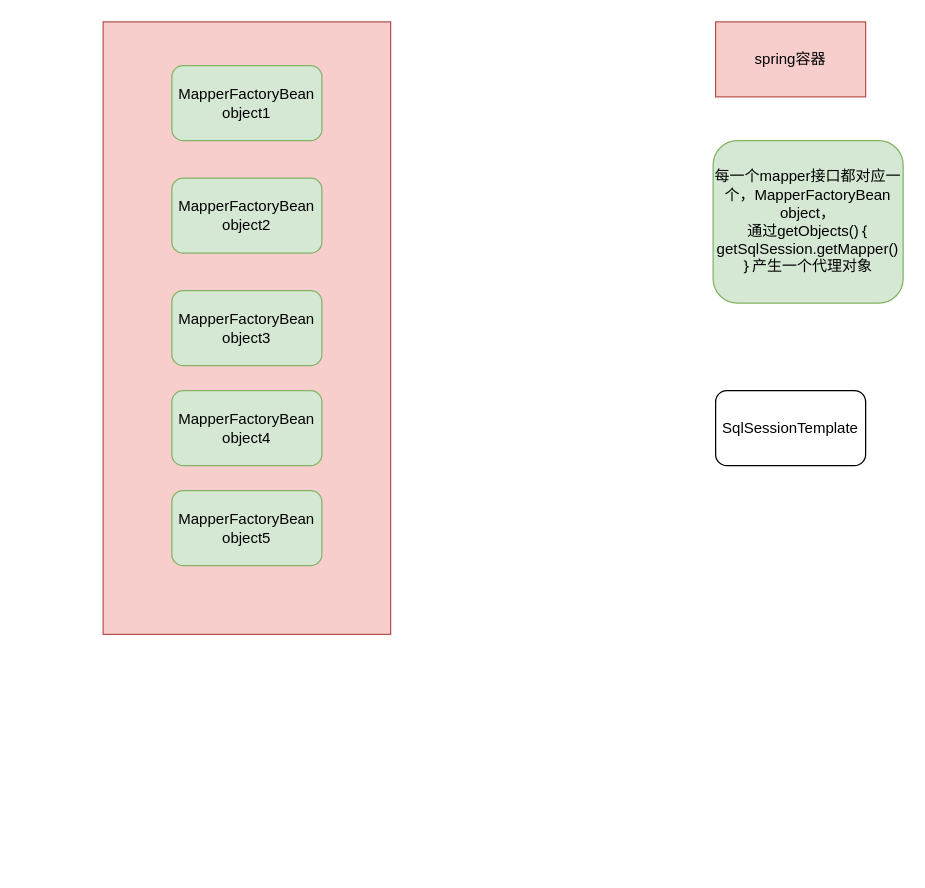
Joelovealonge/note keeps this draw.io diagram as mybatis.drawio. Above is the earlier version. Source tidied: cells renumbered, new cells numbered last; positions are measured from the earlier drawing's top-left corner, leaving out a move shared by most shapes. Both pictures are drawn from the tidied source at 125%, with x=0, y=0 at pixel (102, 21).
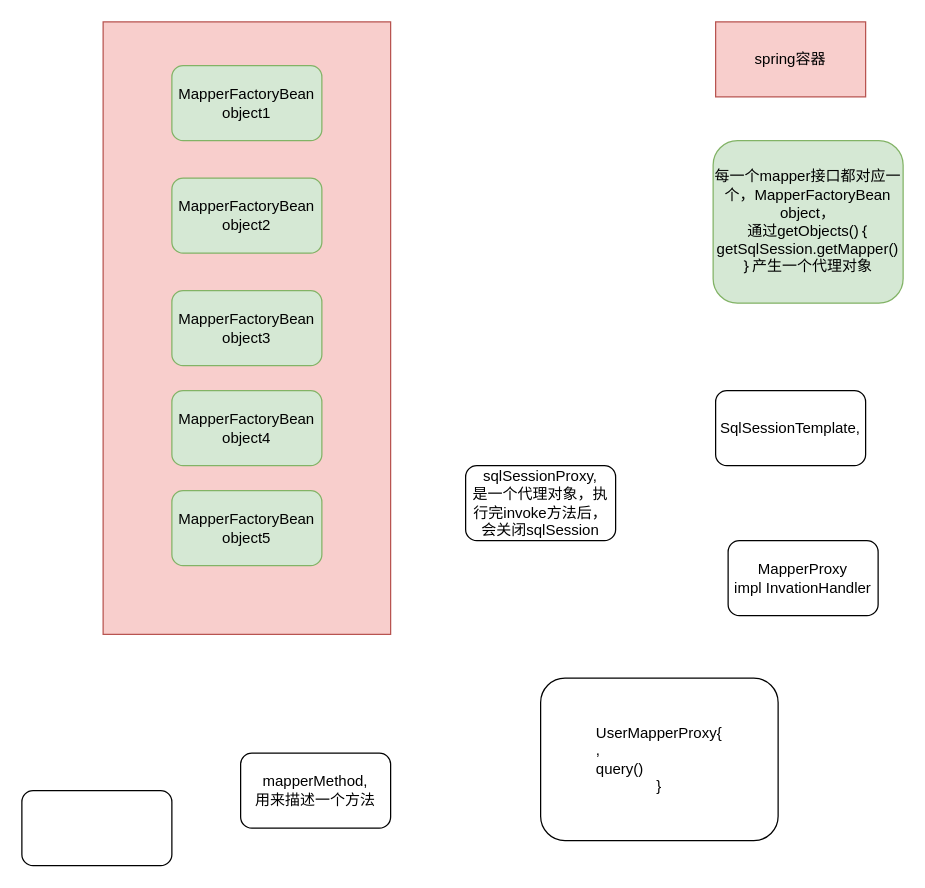
The same diagram, later.

Change to the diagram source:
```diff
@@
 <mxGraphModel>
   <root>
     <mxCell id="0" />
     <mxCell id="1" parent="0" />
     <mxCell id="2" style="rounded=0;whiteSpace=wrap;html=1;fillColor=#f8cecc;strokeColor=#b85450;" parent="1" vertex="1">
       <mxGeometry width="230" height="490" as="geometry" />
     </mxCell>
     <mxCell id="3" value="MapperFactoryBean&lt;br&gt;object1" style="rounded=1;whiteSpace=wrap;html=1;fillColor=#d5e8d4;strokeColor=#82b366;" parent="1" vertex="1">
       <mxGeometry x="55" y="35" width="120" height="60" as="geometry" />
     </mxCell>
     <mxCell id="4" value="MapperFactoryBean&lt;br&gt;object2" style="rounded=1;whiteSpace=wrap;html=1;fillColor=#d5e8d4;strokeColor=#82b366;" parent="1" vertex="1">
       <mxGeometry x="55" y="125" width="120" height="60" as="geometry" />
     </mxCell>
     <mxCell id="5" value="MapperFactoryBean&lt;br&gt;object3" style="rounded=1;whiteSpace=wrap;html=1;fillColor=#d5e8d4;strokeColor=#82b366;" parent="1" vertex="1">
       <mxGeometry x="55" y="215" width="120" height="60" as="geometry" />
     </mxCell>
     <mxCell id="6" value="MapperFactoryBean&lt;br&gt;object4" style="rounded=1;whiteSpace=wrap;html=1;fillColor=#d5e8d4;strokeColor=#82b366;" parent="1" vertex="1">
       <mxGeometry x="55" y="295" width="120" height="60" as="geometry" />
     </mxCell>
     <mxCell id="7" value="MapperFactoryBean&lt;br&gt;object5" style="rounded=1;whiteSpace=wrap;html=1;fillColor=#d5e8d4;strokeColor=#82b366;" parent="1" vertex="1">
       <mxGeometry x="55" y="375" width="120" height="60" as="geometry" />
     </mxCell>
     <mxCell id="8" value="spring容器" style="rounded=0;whiteSpace=wrap;html=1;fillColor=#f8cecc;strokeColor=#b85450;" parent="1" vertex="1">
       <mxGeometry x="490" width="120" height="60" as="geometry" />
     </mxCell>
     <mxCell id="9" value="每一个mapper接口都对应一个，MapperFactoryBean&lt;br&gt;object，&lt;br&gt;通过getObjects()｛&lt;br&gt;getSqlSession.getMapper()&lt;br&gt;｝产生一个代理对象" style="rounded=1;whiteSpace=wrap;html=1;fillColor=#d5e8d4;strokeColor=#82b366;" parent="1" vertex="1">
       <mxGeometry x="488" y="95" width="152" height="130" as="geometry" />
     </mxCell>
-    <mxCell id="10" value="SqlSessionTemplate" style="rounded=1;whiteSpace=wrap;html=1;" parent="1" vertex="1">
+    <mxCell id="10" value="SqlSessionTemplate,&lt;br&gt;" style="rounded=1;whiteSpace=wrap;html=1;" parent="1" vertex="1">
       <mxGeometry x="490" y="295" width="120" height="60" as="geometry" />
     </mxCell>
+    <mxCell id="11" value="MapperProxy&lt;br&gt;impl InvationHandler" style="rounded=1;whiteSpace=wrap;html=1;" parent="1" vertex="1">
+      <mxGeometry x="500" y="415" width="120" height="60" as="geometry" />
+    </mxCell>
+    <mxCell id="12" value="UserMapperProxy{&lt;br&gt;&lt;div style=&quot;text-align: left&quot;&gt;&lt;span&gt;,&lt;/span&gt;&lt;/div&gt;&lt;div style=&quot;text-align: left&quot;&gt;&lt;span&gt;query()&lt;/span&gt;&lt;/div&gt;}" style="rounded=1;whiteSpace=wrap;html=1;" parent="1" vertex="1">
+      <mxGeometry x="350" y="525" width="190" height="130" as="geometry" />
+    </mxCell>
+    <mxCell id="13" value="mapperMethod,&lt;br&gt;用来描述一个方法" style="rounded=1;whiteSpace=wrap;html=1;" parent="1" vertex="1">
+      <mxGeometry x="110" y="585" width="120" height="60" as="geometry" />
+    </mxCell>
+    <mxCell id="14" value="sqlSessionProxy,&lt;br&gt;是一个代理对象，执行完invoke方法后，会关闭sqlSession" style="rounded=1;whiteSpace=wrap;html=1;" parent="1" vertex="1">
+      <mxGeometry x="290" y="355" width="120" height="60" as="geometry" />
+    </mxCell>
+    <mxCell id="15" style="rounded=1;whiteSpace=wrap;html=1;" parent="1" vertex="1">
+      <mxGeometry x="-65" y="615" width="120" height="60" as="geometry" />
+    </mxCell>
   </root>
 </mxGraphModel>
```
